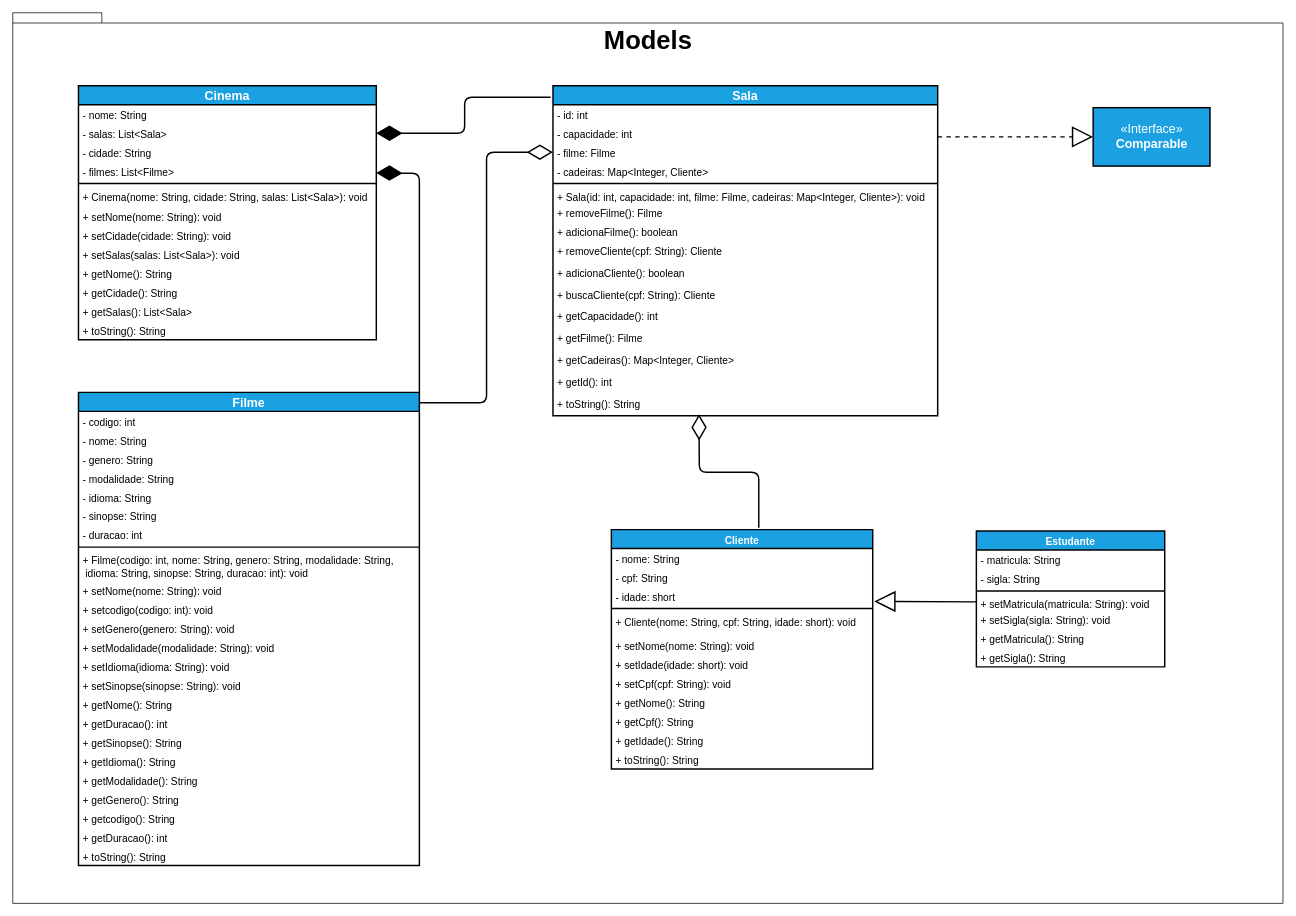
Earlier version of the draw.io diagram docs/diagrama.drawio (SamuelLost/projeto-poo). Source tidied: cells renumbered, new cells numbered last; positions are measured from the earlier drawing's top-left corner, leaving out a move shared by most shapes. Both pictures are drawn from the tidied source at 73%, with x=0, y=0 at pixel (12, 12).
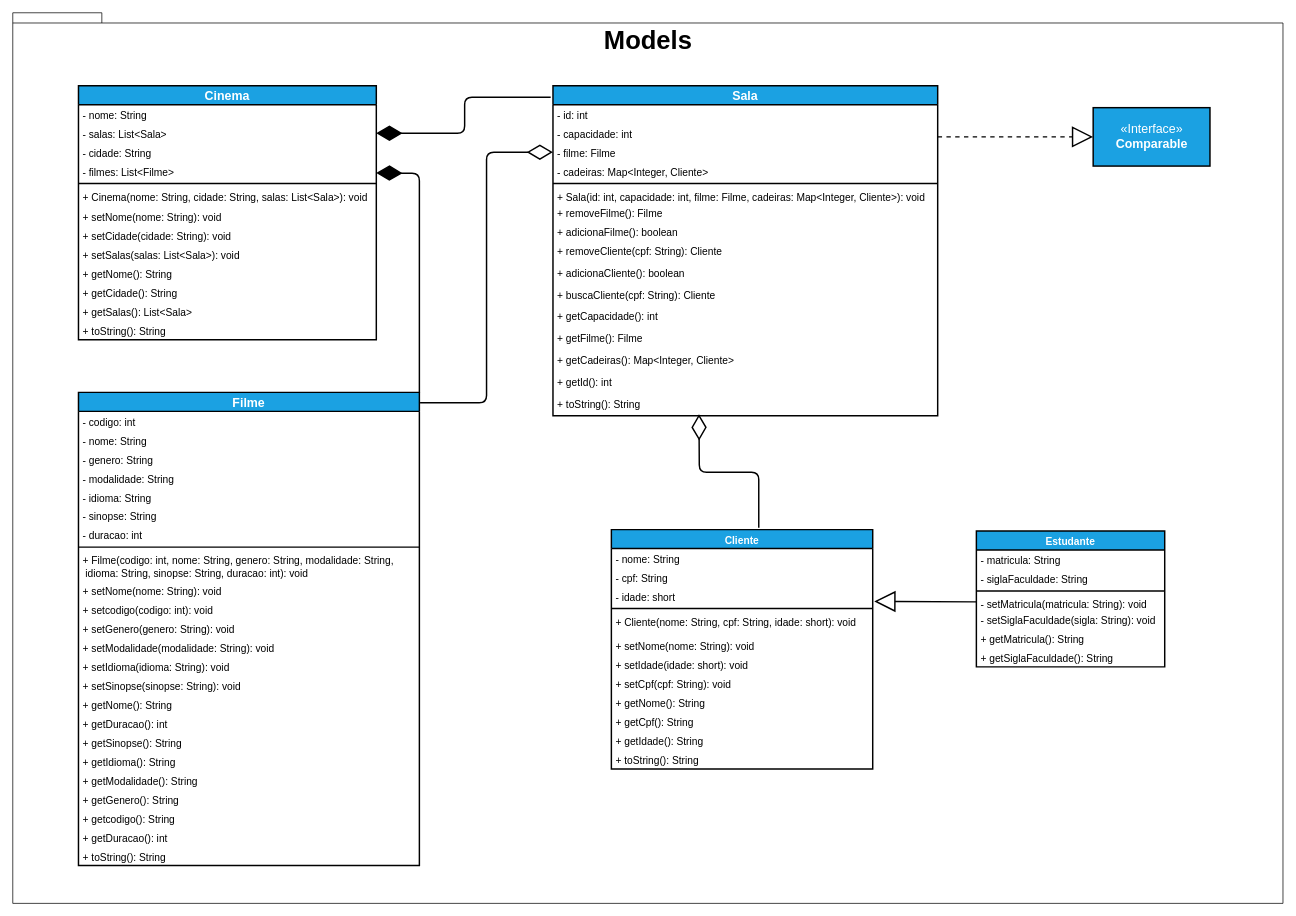
The same diagram, later.

Unchanged cells that the change refers to:
```xml
<mxCell id="72" value="Estudante" style="swimlane;fontStyle=1;align=center;verticalAlign=top;horizontal=1;startSize=26;fontSize=14;fillColor=#1ba1e2;fontColor=#ffffff;strokeColor=#000000;strokeWidth=2;rounded=0;shadow=0;sketch=0;glass=0;" parent="1" vertex="1">
  <mxGeometry x="1320" y="710" width="258" height="186" as="geometry" />
</mxCell>
```

What changed in the source:
```diff
@@
-    <mxCell id="74" value="- sigla: String" style="text;align=left;verticalAlign=top;spacingLeft=4;spacingRight=4;overflow=hidden;fontSize=14;" parent="72" vertex="1">
+    <mxCell id="74" value="- siglaFaculdade: String" style="text;align=left;verticalAlign=top;spacingLeft=4;spacingRight=4;overflow=hidden;fontSize=14;" parent="72" vertex="1">
       <mxGeometry y="52" width="258" height="26" as="geometry" />
     </mxCell>
@@
-    <mxCell id="76" value="+ setMatricula(matricula: String): void" style="text;align=left;verticalAlign=top;spacingLeft=4;spacingRight=4;overflow=hidden;points=[[0,0.5],[1,0.5]];portConstraint=eastwest;fontSize=14;" parent="72" vertex="1">
+    <mxCell id="76" value="- setMatricula(matricula: String): void" style="text;align=left;verticalAlign=top;spacingLeft=4;spacingRight=4;overflow=hidden;points=[[0,0.5],[1,0.5]];portConstraint=eastwest;fontSize=14;" parent="72" vertex="1">
       <mxGeometry y="86" width="258" height="22" as="geometry" />
     </mxCell>
-    <mxCell id="77" value="+ setSigla(sigla: String): void" style="text;align=left;verticalAlign=top;spacingLeft=4;spacingRight=4;overflow=hidden;fontSize=14;" parent="72" vertex="1">
+    <mxCell id="77" value="- setSiglaFaculdade(sigla: String): void" style="text;align=left;verticalAlign=top;spacingLeft=4;spacingRight=4;overflow=hidden;fontSize=14;" parent="72" vertex="1">
       <mxGeometry y="108" width="258" height="26" as="geometry" />
     </mxCell>
@@
-    <mxCell id="79" value="+ getSigla(): String " style="text;align=left;verticalAlign=top;spacingLeft=4;spacingRight=4;overflow=hidden;fontSize=14;" parent="72" vertex="1">
+    <mxCell id="79" value="+ getSiglaFaculdade(): String " style="text;align=left;verticalAlign=top;spacingLeft=4;spacingRight=4;overflow=hidden;fontSize=14;" parent="72" vertex="1">
       <mxGeometry y="160" width="258" height="26" as="geometry" />
     </mxCell>
```
